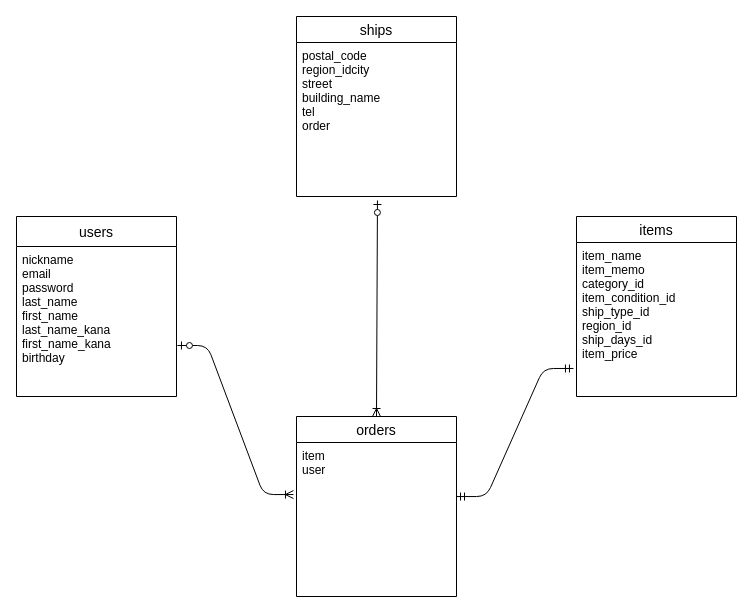
ichikuwu/furima-40378 keeps this draw.io diagram as FURIMA-ER.dio. Above is the earlier version. Source tidied: cells renumbered, new cells numbered last; positions are measured from the earlier drawing's top-left corner, leaving out a move shared by most shapes. Both pictures are drawn from the tidied source at 100%, with x=0, y=0 at pixel (16, 16).
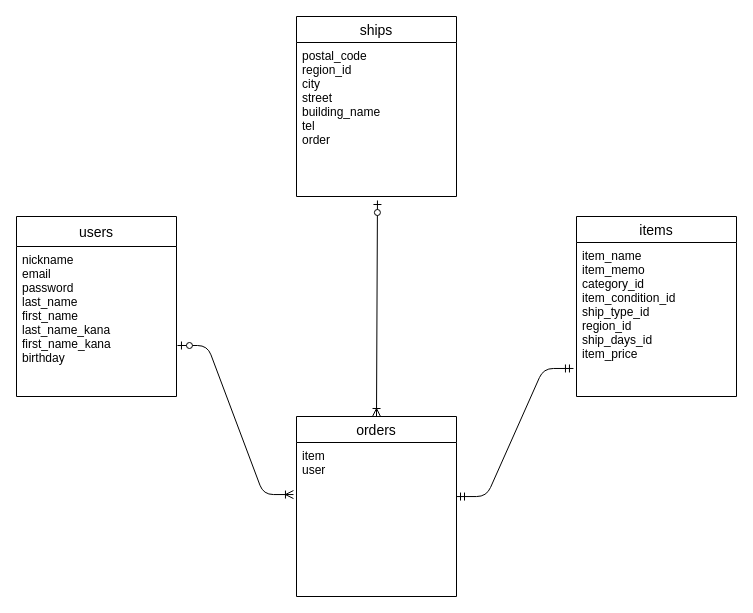
The same page after the edit.

The edit, as a diff of the source:
```diff
@@
 <mxGraphModel>
   <root>
     <mxCell id="0" />
     <mxCell id="1" parent="0" />
     <mxCell id="2" value="users" style="swimlane;fontStyle=0;horizontal=1;startSize=30;align=center;fontSize=14;" parent="1" vertex="1">
       <mxGeometry y="200" width="160" height="180" as="geometry" />
     </mxCell>
     <mxCell id="3" value="nickname&#10;email&#10;password&#10;last_name&#10;first_name&#10;last_name_kana&#10;first_name_kana&#10;birthday" style="text;strokeColor=none;fillColor=none;spacingLeft=4;spacingRight=4;overflow=hidden;points=[[0,0.5],[1,0.5]];portConstraint=eastwest;fontSize=12;" parent="2" vertex="1">
       <mxGeometry y="30" width="160" height="150" as="geometry" />
     </mxCell>
     <mxCell id="4" value="items" style="swimlane;fontStyle=0;horizontal=1;startSize=26;align=center;fontSize=14;" parent="1" vertex="1">
       <mxGeometry x="560" y="200" width="160" height="180" as="geometry" />
     </mxCell>
     <mxCell id="5" value="item_name&#10;item_memo&#10;category_id&#10;item_condition_id&#10;ship_type_id&#10;region_id&#10;ship_days_id&#10;item_price" style="text;strokeColor=none;fillColor=none;spacingLeft=4;spacingRight=4;overflow=hidden;points=[[0,0.5],[1,0.5]];portConstraint=eastwest;fontSize=12;" parent="4" vertex="1">
       <mxGeometry y="26" width="160" height="154" as="geometry" />
     </mxCell>
     <mxCell id="6" value="orders" style="swimlane;fontStyle=0;horizontal=1;startSize=26;align=center;fontSize=14;" parent="1" vertex="1">
       <mxGeometry x="280" y="400" width="160" height="180" as="geometry" />
     </mxCell>
     <mxCell id="7" value="item&#10;user" style="text;strokeColor=none;fillColor=none;spacingLeft=4;spacingRight=4;overflow=hidden;points=[[0,0.5],[1,0.5]];portConstraint=eastwest;fontSize=12;" parent="6" vertex="1">
       <mxGeometry y="26" width="160" height="154" as="geometry" />
     </mxCell>
     <mxCell id="8" value="ships" style="swimlane;fontStyle=0;horizontal=1;startSize=26;align=center;fontSize=14;" parent="1" vertex="1">
       <mxGeometry x="280" width="160" height="180" as="geometry" />
     </mxCell>
-    <mxCell id="9" value="postal_code&#10;region_idcity&#10;street&#10;building_name&#10;tel&#10;order" style="text;strokeColor=none;fillColor=none;spacingLeft=4;spacingRight=4;overflow=hidden;points=[[0,0.5],[1,0.5]];portConstraint=eastwest;fontSize=12;" parent="8" vertex="1">
+    <mxCell id="9" value="postal_code&#10;region_id&#10;city&#10;street&#10;building_name&#10;tel&#10;order" style="text;strokeColor=none;fillColor=none;spacingLeft=4;spacingRight=4;overflow=hidden;points=[[0,0.5],[1,0.5]];portConstraint=eastwest;fontSize=12;" parent="8" vertex="1">
       <mxGeometry y="26" width="160" height="154" as="geometry" />
     </mxCell>
     <mxCell id="10" style="fontSize=12;html=1;endArrow=ERoneToMany;startArrow=ERzeroToOne;elbow=vertical;entryX=0.5;entryY=0;entryDx=0;entryDy=0;exitX=0.506;exitY=1.026;exitDx=0;exitDy=0;exitPerimeter=0;" parent="1" edge="1" source="9" target="6">
       <mxGeometry relative="1" as="geometry" />
     </mxCell>
     <mxCell id="11" style="edgeStyle=entityRelationEdgeStyle;fontSize=12;html=1;endArrow=ERmandOne;startArrow=ERmandOne;elbow=vertical;exitX=1;exitY=0.351;exitDx=0;exitDy=0;exitPerimeter=0;entryX=-0.019;entryY=0.818;entryDx=0;entryDy=0;entryPerimeter=0;" parent="1" edge="1" source="7" target="5">
       <mxGeometry relative="1" as="geometry" />
     </mxCell>
     <mxCell id="12" style="edgeStyle=none;html=1;elbow=vertical;" parent="1" edge="1" source="7">
       <mxGeometry relative="1" as="geometry">
         <mxPoint x="280" y="503" as="targetPoint" />
       </mxGeometry>
     </mxCell>
     <mxCell id="13" style="edgeStyle=entityRelationEdgeStyle;fontSize=12;html=1;endArrow=ERoneToMany;startArrow=ERzeroToOne;elbow=vertical;entryX=-0.019;entryY=0.338;entryDx=0;entryDy=0;exitX=1.006;exitY=0.66;exitDx=0;exitDy=0;exitPerimeter=0;entryPerimeter=0;" parent="1" edge="1" source="3" target="7">
       <mxGeometry relative="1" as="geometry" />
     </mxCell>
   </root>
 </mxGraphModel>
```
